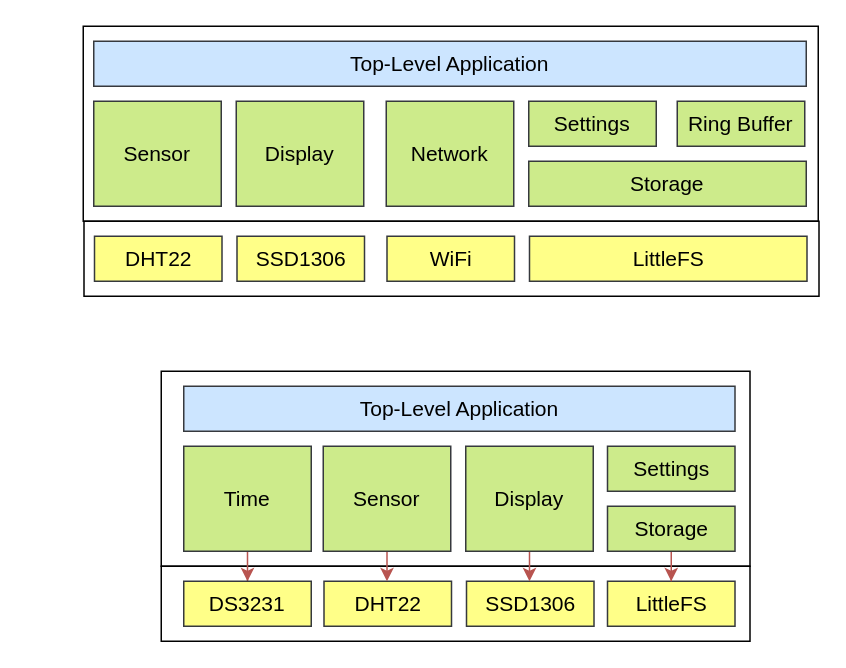
rosmianto/project-weather-station keeps this draw.io diagram as page "firmware-architecture" (2 of 4) of weather-station.drawio. Above is the earlier version. Source tidied: cells renumbered, new cells numbered last; positions are measured from the earlier drawing's top-left corner, leaving out a move shared by most shapes. Both pictures are drawn from the tidied source at 150%, with x=0, y=0 at pixel (82, 26).
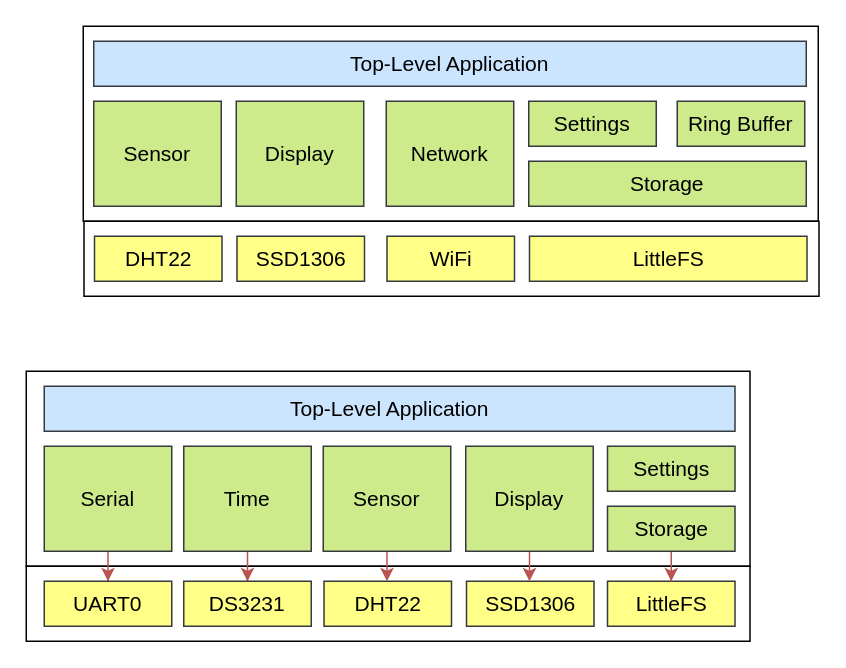
The same page after the edit.

What changed in the source:
```diff
@@
     <mxCell id="3" style="rounded=0;whiteSpace=wrap;html=1;fillColor=none;" parent="1" vertex="1">
-      <mxGeometry x="52" y="360" width="392.5" height="50" as="geometry" />
+      <mxGeometry x="-38" y="360" width="482.5" height="50" as="geometry" />
     </mxCell>
@@
     <mxCell id="16" style="rounded=0;whiteSpace=wrap;html=1;fillColor=none;" parent="1" vertex="1">
-      <mxGeometry x="52" y="230" width="392.5" height="130" as="geometry" />
+      <mxGeometry x="-38" y="230" width="482.5" height="130" as="geometry" />
     </mxCell>
@@
     <mxCell id="26" value="Top-Level Application" style="rounded=0;whiteSpace=wrap;html=1;fillColor=#cce5ff;strokeColor=#36393d;fontStyle=0;fontSize=14;" parent="1" vertex="1">
-      <mxGeometry x="67" y="240" width="367.5" height="30" as="geometry" />
+      <mxGeometry x="-26" y="240" width="460.5" height="30" as="geometry" />
     </mxCell>
@@
+    <mxCell id="31" style="edgeStyle=orthogonalEdgeStyle;rounded=0;jettySize=auto;html=1;entryX=0.5;entryY=0;entryDx=0;entryDy=0;fillColor=#f8cecc;strokeColor=#b85450;" parent="1" edge="1" source="32" target="33">
+      <mxGeometry relative="1" as="geometry" />
+    </mxCell>
+    <mxCell id="32" value="Serial" style="rounded=0;whiteSpace=wrap;html=1;fillColor=#cdeb8b;strokeColor=#36393d;fontStyle=0;fontSize=14;" parent="1" vertex="1">
+      <mxGeometry x="-26" y="280" width="85" height="70" as="geometry" />
+    </mxCell>
+    <mxCell id="33" value="UART0" style="rounded=0;whiteSpace=wrap;html=1;fillColor=#ffff88;strokeColor=#36393d;fontStyle=0;fontSize=14;" parent="1" vertex="1">
+      <mxGeometry x="-26" y="370" width="85" height="30" as="geometry" />
+    </mxCell>
```
